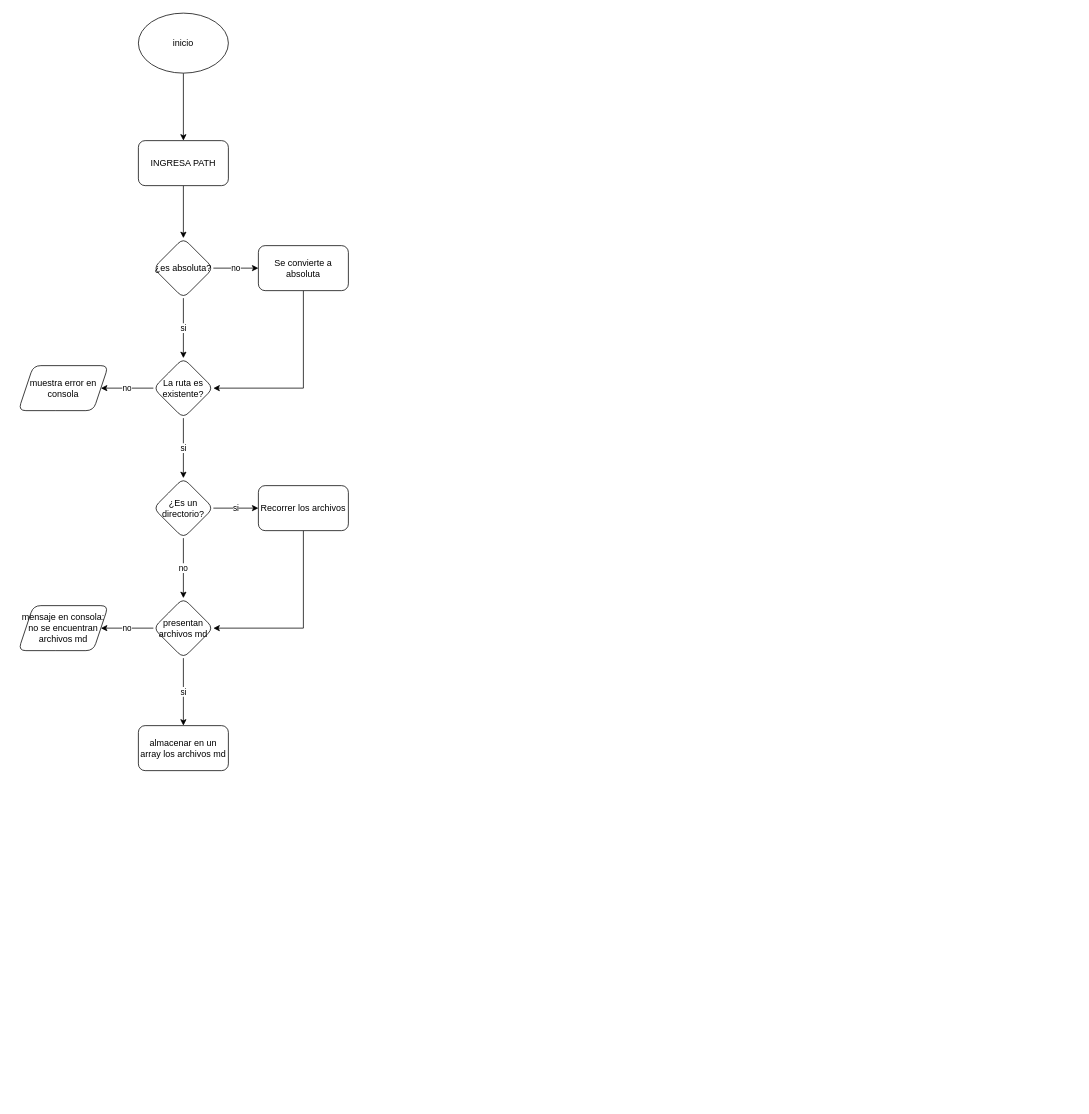
Above: Flowchart.drawio in Laboratoria/LIM17-md-links (draw.io), before the change. Source tidied: cells renumbered, new cells numbered last; positions are measured from the earlier drawing's top-left corner, leaving out a move shared by most shapes. Both pictures are drawn from the tidied source at 75%, with x=0, y=0 at pixel (18, 13).
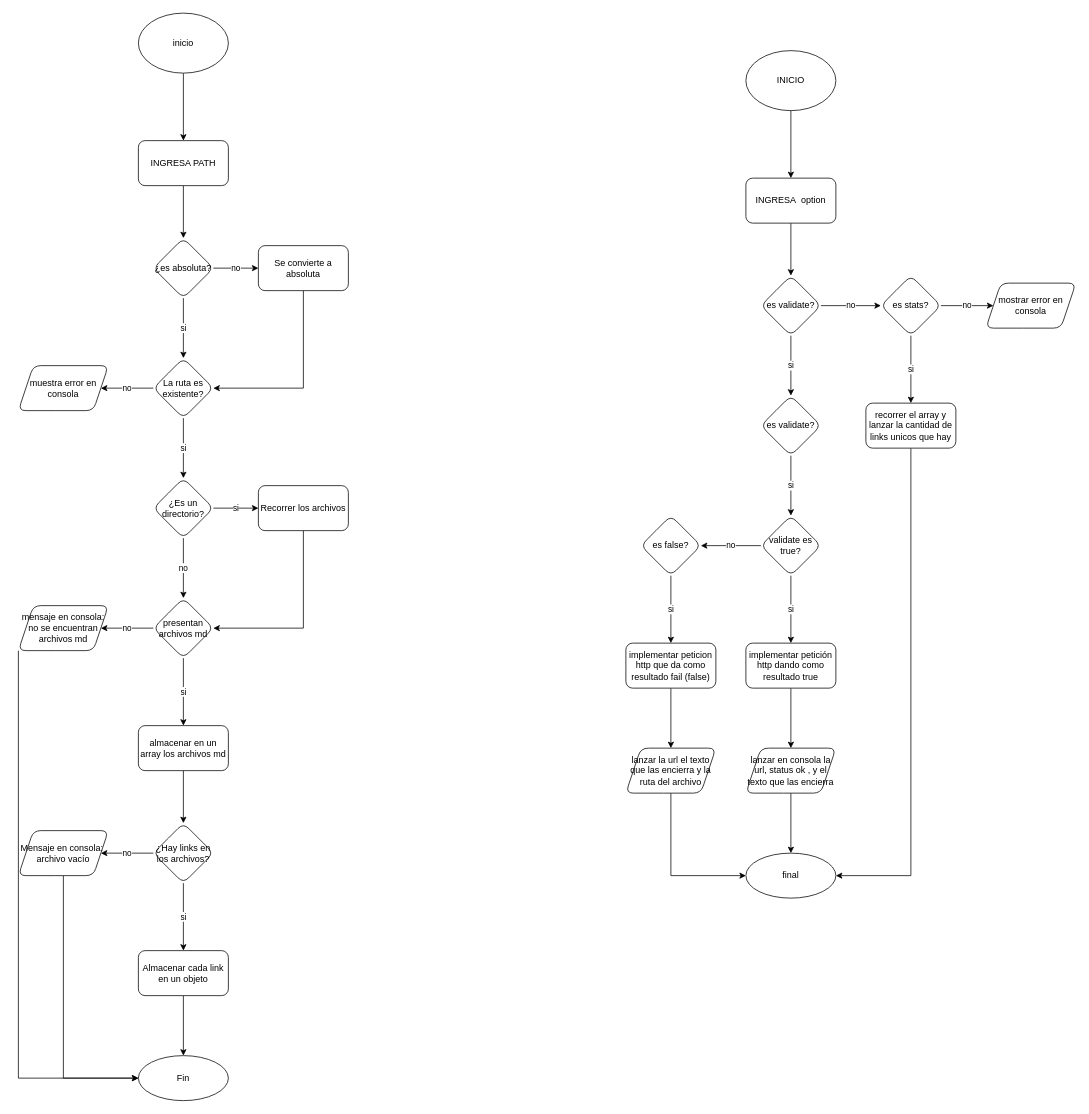
Above is the later version.

Unchanged cells that the change refers to:
```xml
<mxCell id="23" value="mensaje en consola: no se encuentran archivos md" style="shape=parallelogram;perimeter=parallelogramPerimeter;whiteSpace=wrap;html=1;fixedSize=1;rounded=1;" parent="1" vertex="1">
  <mxGeometry y="790" width="120" height="60" as="geometry" />
</mxCell>
<mxCell id="24" value="almacenar en un array los archivos md" style="whiteSpace=wrap;html=1;rounded=1;" parent="1" vertex="1">
  <mxGeometry x="160" y="950" width="120" height="60" as="geometry" />
</mxCell>
```

Change to the diagram source:
```diff
@@
+    <mxCell id="25" style="edgeStyle=orthogonalEdgeStyle;rounded=0;jettySize=auto;html=1;entryX=0;entryY=0.5;entryDx=0;entryDy=0;exitX=0;exitY=1;exitDx=0;exitDy=0;" parent="1" edge="1" source="23" target="34">
+      <mxGeometry relative="1" as="geometry" />
+    </mxCell>
@@
+    <mxCell id="26" style="edgeStyle=orthogonalEdgeStyle;rounded=0;jettySize=auto;html=1;" parent="1" edge="1" source="24" target="29">
+      <mxGeometry relative="1" as="geometry" />
+    </mxCell>
@@
+    <mxCell id="27" value="no" style="edgeStyle=orthogonalEdgeStyle;rounded=0;jettySize=auto;html=1;" parent="1" edge="1" source="29" target="31">
+      <mxGeometry relative="1" as="geometry" />
+    </mxCell>
+    <mxCell id="28" value="si" style="edgeStyle=orthogonalEdgeStyle;rounded=0;jettySize=auto;html=1;" parent="1" edge="1" source="29" target="33">
+      <mxGeometry relative="1" as="geometry" />
+    </mxCell>
+    <mxCell id="29" value="¿Hay links en los archivos?" style="rhombus;whiteSpace=wrap;html=1;rounded=1;" parent="1" vertex="1">
+      <mxGeometry x="180" y="1080" width="80" height="80" as="geometry" />
+    </mxCell>
+    <mxCell id="30" style="edgeStyle=orthogonalEdgeStyle;rounded=0;jettySize=auto;html=1;entryX=0;entryY=0.5;entryDx=0;entryDy=0;exitX=0.5;exitY=1;exitDx=0;exitDy=0;" parent="1" edge="1" source="31" target="34">
+      <mxGeometry relative="1" as="geometry" />
+    </mxCell>
+    <mxCell id="31" value="Mensaje en consola:&amp;nbsp; archivo vacío" style="shape=parallelogram;perimeter=parallelogramPerimeter;whiteSpace=wrap;html=1;fixedSize=1;rounded=1;" parent="1" vertex="1">
+      <mxGeometry y="1090" width="120" height="60" as="geometry" />
+    </mxCell>
+    <mxCell id="32" style="edgeStyle=orthogonalEdgeStyle;rounded=0;jettySize=auto;html=1;" parent="1" edge="1" source="33" target="34">
+      <mxGeometry relative="1" as="geometry" />
+    </mxCell>
+    <mxCell id="33" value="Almacenar cada link en un objeto" style="whiteSpace=wrap;html=1;rounded=1;" parent="1" vertex="1">
+      <mxGeometry x="160" y="1250" width="120" height="60" as="geometry" />
+    </mxCell>
+    <mxCell id="34" value="Fin" style="ellipse;whiteSpace=wrap;html=1;rounded=1;" parent="1" vertex="1">
+      <mxGeometry x="160" y="1390" width="120" height="60" as="geometry" />
+    </mxCell>
+    <mxCell id="35" style="edgeStyle=orthogonalEdgeStyle;rounded=0;jettySize=auto;html=1;" parent="1" edge="1" source="36" target="38">
+      <mxGeometry relative="1" as="geometry" />
+    </mxCell>
+    <mxCell id="36" value="INICIO" style="ellipse;whiteSpace=wrap;html=1;" parent="1" vertex="1">
+      <mxGeometry x="970" y="50" width="120" height="80" as="geometry" />
+    </mxCell>
+    <mxCell id="37" style="edgeStyle=orthogonalEdgeStyle;rounded=0;jettySize=auto;html=1;" parent="1" edge="1" source="38" target="41">
+      <mxGeometry relative="1" as="geometry" />
+    </mxCell>
+    <mxCell id="38" value="INGRESA&amp;nbsp; option" style="rounded=1;whiteSpace=wrap;html=1;" parent="1" vertex="1">
+      <mxGeometry x="970" y="220" width="120" height="60" as="geometry" />
+    </mxCell>
+    <mxCell id="39" value="no" style="edgeStyle=orthogonalEdgeStyle;rounded=0;jettySize=auto;html=1;" parent="1" edge="1" source="41" target="44">
+      <mxGeometry relative="1" as="geometry" />
+    </mxCell>
+    <mxCell id="40" value="si" style="edgeStyle=orthogonalEdgeStyle;rounded=0;jettySize=auto;html=1;" parent="1" edge="1" source="41" target="47">
+      <mxGeometry relative="1" as="geometry" />
+    </mxCell>
+    <mxCell id="41" value="es validate?" style="rhombus;whiteSpace=wrap;html=1;rounded=1;" parent="1" vertex="1">
+      <mxGeometry x="990" y="350" width="80" height="80" as="geometry" />
+    </mxCell>
+    <mxCell id="42" value="no" style="edgeStyle=orthogonalEdgeStyle;rounded=0;jettySize=auto;html=1;" parent="1" edge="1" source="44" target="45">
+      <mxGeometry relative="1" as="geometry" />
+    </mxCell>
+    <mxCell id="43" value="si" style="edgeStyle=orthogonalEdgeStyle;rounded=0;jettySize=auto;html=1;" parent="1" edge="1" source="44" target="49">
+      <mxGeometry relative="1" as="geometry" />
+    </mxCell>
+    <mxCell id="44" value="es stats?" style="rhombus;whiteSpace=wrap;html=1;rounded=1;" parent="1" vertex="1">
+      <mxGeometry x="1150" y="350" width="80" height="80" as="geometry" />
+    </mxCell>
+    <mxCell id="45" value="mostrar error en consola" style="shape=parallelogram;perimeter=parallelogramPerimeter;whiteSpace=wrap;html=1;fixedSize=1;rounded=1;" parent="1" vertex="1">
+      <mxGeometry x="1290" y="360" width="120" height="60" as="geometry" />
+    </mxCell>
+    <mxCell id="46" value="si" style="edgeStyle=orthogonalEdgeStyle;rounded=0;jettySize=auto;html=1;" parent="1" edge="1" source="47" target="52">
+      <mxGeometry relative="1" as="geometry" />
+    </mxCell>
+    <mxCell id="47" value="es validate?" style="rhombus;whiteSpace=wrap;html=1;rounded=1;" parent="1" vertex="1">
+      <mxGeometry x="990" y="510" width="80" height="80" as="geometry" />
+    </mxCell>
+    <mxCell id="48" style="edgeStyle=orthogonalEdgeStyle;rounded=0;jettySize=auto;html=1;entryX=1;entryY=0.5;entryDx=0;entryDy=0;exitX=0.5;exitY=1;exitDx=0;exitDy=0;" parent="1" edge="1" source="49" target="63">
+      <mxGeometry relative="1" as="geometry" />
+    </mxCell>
+    <mxCell id="49" value="recorrer el array y lanzar la cantidad de links unicos que hay" style="rounded=1;whiteSpace=wrap;html=1;" parent="1" vertex="1">
+      <mxGeometry x="1130" y="520" width="120" height="60" as="geometry" />
+    </mxCell>
+    <mxCell id="50" value="si" style="edgeStyle=orthogonalEdgeStyle;rounded=0;jettySize=auto;html=1;" parent="1" edge="1" source="52" target="54">
+      <mxGeometry relative="1" as="geometry" />
+    </mxCell>
+    <mxCell id="51" value="no" style="edgeStyle=orthogonalEdgeStyle;rounded=0;jettySize=auto;html=1;" parent="1" edge="1" source="52" target="58">
+      <mxGeometry relative="1" as="geometry" />
+    </mxCell>
+    <mxCell id="52" value="validate es true?" style="rhombus;whiteSpace=wrap;html=1;rounded=1;" parent="1" vertex="1">
+      <mxGeometry x="990" y="670" width="80" height="80" as="geometry" />
+    </mxCell>
+    <mxCell id="53" style="edgeStyle=orthogonalEdgeStyle;rounded=0;jettySize=auto;html=1;" parent="1" edge="1" source="54" target="56">
+      <mxGeometry relative="1" as="geometry" />
+    </mxCell>
+    <mxCell id="54" value="implementar petición http dando como resultado true" style="rounded=1;whiteSpace=wrap;html=1;" parent="1" vertex="1">
+      <mxGeometry x="970" y="840" width="120" height="60" as="geometry" />
+    </mxCell>
+    <mxCell id="55" style="edgeStyle=orthogonalEdgeStyle;rounded=0;jettySize=auto;html=1;" parent="1" edge="1" source="56" target="63">
+      <mxGeometry relative="1" as="geometry" />
+    </mxCell>
+    <mxCell id="56" value="lanzar en consola la url, status ok , y el texto que las encierra" style="shape=parallelogram;perimeter=parallelogramPerimeter;whiteSpace=wrap;html=1;fixedSize=1;rounded=1;" parent="1" vertex="1">
+      <mxGeometry x="970" y="980" width="120" height="60" as="geometry" />
+    </mxCell>
+    <mxCell id="57" value="si" style="edgeStyle=orthogonalEdgeStyle;rounded=0;jettySize=auto;html=1;" parent="1" edge="1" source="58" target="60">
+      <mxGeometry relative="1" as="geometry" />
+    </mxCell>
+    <mxCell id="58" value="es false?" style="rhombus;whiteSpace=wrap;html=1;rounded=1;" parent="1" vertex="1">
+      <mxGeometry x="830" y="670" width="80" height="80" as="geometry" />
+    </mxCell>
+    <mxCell id="59" style="edgeStyle=orthogonalEdgeStyle;rounded=0;jettySize=auto;html=1;" parent="1" edge="1" source="60" target="62">
+      <mxGeometry relative="1" as="geometry" />
+    </mxCell>
+    <mxCell id="60" value="implementar peticion http que da como resultado fail (false)" style="rounded=1;whiteSpace=wrap;html=1;" parent="1" vertex="1">
+      <mxGeometry x="810" y="840" width="120" height="60" as="geometry" />
+    </mxCell>
+    <mxCell id="61" style="edgeStyle=orthogonalEdgeStyle;rounded=0;jettySize=auto;html=1;entryX=0;entryY=0.5;entryDx=0;entryDy=0;exitX=0.5;exitY=1;exitDx=0;exitDy=0;" parent="1" edge="1" source="62" target="63">
+      <mxGeometry relative="1" as="geometry" />
+    </mxCell>
+    <mxCell id="62" value="lanzar la url el texto que las encierra y la ruta del archivo" style="shape=parallelogram;perimeter=parallelogramPerimeter;whiteSpace=wrap;html=1;fixedSize=1;rounded=1;" parent="1" vertex="1">
+      <mxGeometry x="810" y="980" width="120" height="60" as="geometry" />
+    </mxCell>
+    <mxCell id="63" value="final" style="ellipse;whiteSpace=wrap;html=1;rounded=1;" parent="1" vertex="1">
+      <mxGeometry x="970" y="1120" width="120" height="60" as="geometry" />
+    </mxCell>
```
